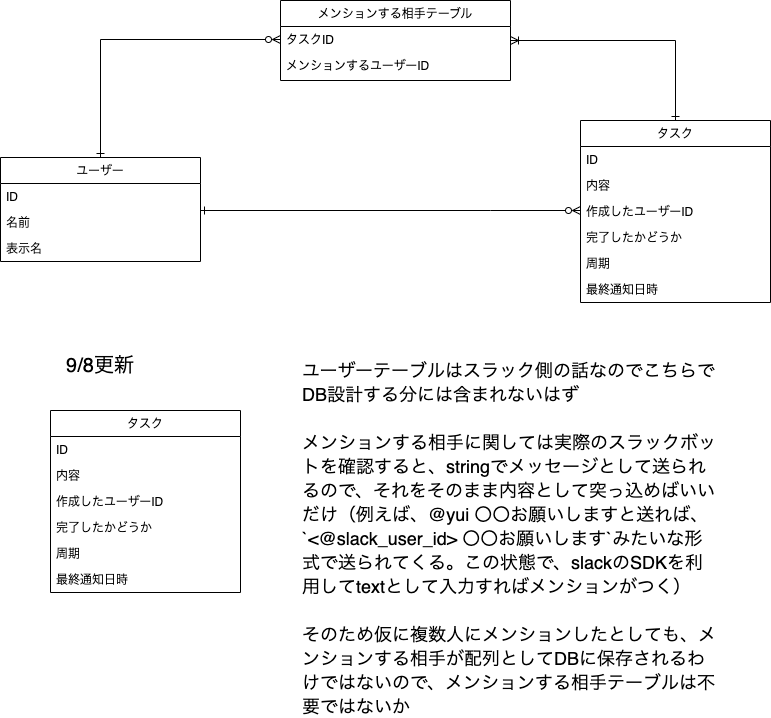
Above: db/reconsideration/DB4 Diagram.drawio.png in yuikoito/PrAhaChallenge (draw.io), before the change. Source tidied: cells renumbered, new cells last; positions are measured from the earlier drawing's top-left corner, leaving out a move shared by most shapes.
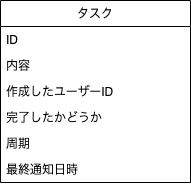
Later version of the same file.

Change to the diagram source:
```diff
@@ -2,65 +2,6 @@
   <root>
     <mxCell id="0" />
     <mxCell id="1" parent="0" />
-    <mxCell id="2" style="edgeStyle=orthogonalEdgeStyle;rounded=0;jettySize=auto;html=1;startArrow=ERone;startFill=0;endArrow=ERzeroToMany;endFill=0;" parent="1" edge="1" source="4" target="8">
-      <mxGeometry relative="1" as="geometry">
-        <Array as="points">
-          <mxPoint x="490" y="210" />
-          <mxPoint x="490" y="210" />
-        </Array>
-      </mxGeometry>
-    </mxCell>
-    <mxCell id="3" style="edgeStyle=orthogonalEdgeStyle;rounded=0;jettySize=auto;html=1;entryX=0;entryY=0.5;entryDx=0;entryDy=0;startArrow=ERone;startFill=0;endArrow=ERzeroToMany;endFill=0;" parent="1" edge="1" source="4" target="17">
-      <mxGeometry relative="1" as="geometry" />
-    </mxCell>
-    <mxCell id="4" value="ユーザー" style="swimlane;fontStyle=0;align=center;verticalAlign=top;horizontal=1;startSize=26;rounded=0;shadow=0;strokeWidth=1;" parent="1" vertex="1">
-      <mxGeometry y="157" width="200" height="104" as="geometry" />
-    </mxCell>
-    <mxCell id="5" value="ID" style="text;align=left;verticalAlign=top;spacingLeft=4;spacingRight=4;overflow=hidden;" parent="4" vertex="1">
-      <mxGeometry y="26" width="200" height="26" as="geometry" />
-    </mxCell>
-    <mxCell id="6" value="名前" style="text;align=left;verticalAlign=top;spacingLeft=4;spacingRight=4;overflow=hidden;rounded=0;shadow=0;html=0;" parent="4" vertex="1">
-      <mxGeometry y="52" width="200" height="26" as="geometry" />
-    </mxCell>
-    <mxCell id="7" value="表示名" style="text;align=left;verticalAlign=top;spacingLeft=4;spacingRight=4;overflow=hidden;rounded=0;shadow=0;html=0;" parent="4" vertex="1">
-      <mxGeometry y="78" width="200" height="26" as="geometry" />
-    </mxCell>
-    <mxCell id="8" value="タスク" style="swimlane;fontStyle=0;align=center;verticalAlign=top;horizontal=1;startSize=26;rounded=0;shadow=0;strokeWidth=1;" parent="1" vertex="1">
-      <mxGeometry x="580" y="120" width="190" height="182" as="geometry" />
-    </mxCell>
-    <mxCell id="9" value="ID" style="text;align=left;verticalAlign=top;spacingLeft=4;spacingRight=4;overflow=hidden;" parent="8" vertex="1">
-      <mxGeometry y="26" width="190" height="26" as="geometry" />
-    </mxCell>
-    <mxCell id="10" value="内容" style="text;align=left;verticalAlign=top;spacingLeft=4;spacingRight=4;overflow=hidden;" parent="8" vertex="1">
-      <mxGeometry y="52" width="190" height="26" as="geometry" />
-    </mxCell>
-    <mxCell id="11" value="作成したユーザーID" style="text;align=left;verticalAlign=top;spacingLeft=4;spacingRight=4;overflow=hidden;" parent="8" vertex="1">
-      <mxGeometry y="78" width="190" height="26" as="geometry" />
-    </mxCell>
-    <mxCell id="12" value="完了したかどうか" style="text;align=left;verticalAlign=top;spacingLeft=4;spacingRight=4;overflow=hidden;" parent="8" vertex="1">
-      <mxGeometry y="104" width="190" height="26" as="geometry" />
-    </mxCell>
-    <mxCell id="13" value="周期" style="text;align=left;verticalAlign=top;spacingLeft=4;spacingRight=4;overflow=hidden;" parent="8" vertex="1">
-      <mxGeometry y="130" width="190" height="26" as="geometry" />
-    </mxCell>
-    <mxCell id="14" value="最終通知日時" style="text;align=left;verticalAlign=top;spacingLeft=4;spacingRight=4;overflow=hidden;" parent="8" vertex="1">
-      <mxGeometry y="156" width="190" height="26" as="geometry" />
-    </mxCell>
-    <mxCell id="15" style="edgeStyle=orthogonalEdgeStyle;rounded=0;jettySize=auto;html=1;startArrow=ERoneToMany;startFill=0;endArrow=ERone;endFill=0;" parent="1" edge="1" source="16" target="8">
-      <mxGeometry relative="1" as="geometry" />
-    </mxCell>
-    <mxCell id="16" value="メンションする相手テーブル" style="swimlane;fontStyle=0;align=center;verticalAlign=top;horizontal=1;startSize=26;rounded=0;shadow=0;strokeWidth=1;" parent="1" vertex="1">
-      <mxGeometry x="280" width="230" height="80" as="geometry" />
-    </mxCell>
-    <mxCell id="17" value="タスクID" style="text;align=left;verticalAlign=top;spacingLeft=4;spacingRight=4;overflow=hidden;points=[[0,0.5],[1,0.5]];portConstraint=eastwest;" parent="16" vertex="1">
-      <mxGeometry y="26" width="230" height="26" as="geometry" />
-    </mxCell>
-    <mxCell id="18" value="メンションするユーザーID" style="text;align=left;verticalAlign=top;spacingLeft=4;spacingRight=4;overflow=hidden;rounded=0;shadow=0;html=0;" parent="16" vertex="1">
-      <mxGeometry y="52" width="230" height="26" as="geometry" />
-    </mxCell>
-    <mxCell id="19" value="&lt;font style=&quot;font-size: 20px;&quot;&gt;9/8更新&lt;/font&gt;" style="text;html=1;strokeColor=none;fillColor=none;align=center;verticalAlign=middle;whiteSpace=wrap;rounded=0;" parent="1" vertex="1">
-      <mxGeometry x="30" y="350" width="140" height="30" as="geometry" />
-    </mxCell>
     <mxCell id="20" value="タスク" style="swimlane;fontStyle=0;align=center;verticalAlign=top;horizontal=1;startSize=26;rounded=0;shadow=0;strokeWidth=1;" parent="1" vertex="1">
       <mxGeometry x="50" y="410" width="190" height="182" as="geometry" />
     </mxCell>
@@ -82,8 +23,5 @@
     <mxCell id="26" value="最終通知日時" style="text;align=left;verticalAlign=top;spacingLeft=4;spacingRight=4;overflow=hidden;" parent="20" vertex="1">
       <mxGeometry y="156" width="190" height="26" as="geometry" />
     </mxCell>
-    <mxCell id="27" value="&lt;font style=&quot;font-size: 18px;&quot;&gt;ユーザーテーブルはスラック側の話なのでこちらでDB設計する分には含まれないはず&lt;br&gt;&lt;br&gt;メンションする相手に関しては実際のスラックボットを確認すると、stringでメッセージとして送られるので、それをそのまま内容として突っ込めばいいだけ（例えば、@yui 〇〇お願いしますと送れば、`&amp;lt;@slack_user_id&amp;gt; 〇〇お願いします`みたいな形式で送られてくる。この状態で、slackのSDKを利用してtextとして入力すればメンションがつく）&lt;br&gt;&lt;br&gt;そのため仮に複数人にメンションしたとしても、メンションする相手が配列としてDBに保存されるわけではないので、メンションする相手テーブルは不要ではないか&lt;br&gt;&lt;/font&gt;" style="text;html=1;strokeColor=none;fillColor=none;align=left;verticalAlign=middle;whiteSpace=wrap;rounded=0;fontSize=20;" parent="1" vertex="1">
-      <mxGeometry x="300" y="370" width="420" height="335" as="geometry" />
-    </mxCell>
   </root>
 </mxGraphModel>
```
